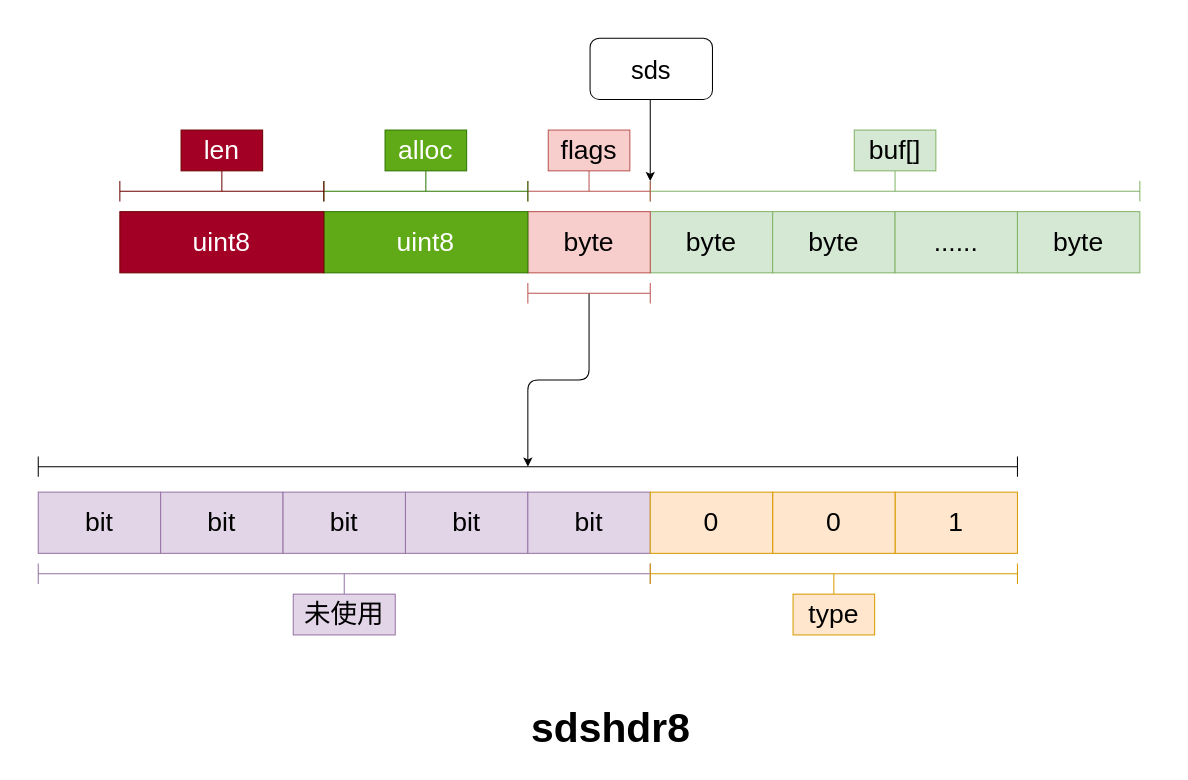
Earlier version of the draw.io diagram page "sdshdr8" (3 of 4) of Redis/diagrams/string.drawio (smilerfu/MarkDown). Source tidied: cells renumbered, new cells numbered last; positions are measured from the earlier drawing's top-left corner, leaving out a move shared by most shapes. Both pictures are drawn from the tidied source at 102%, with x=0, y=0 at pixel (38, 38).
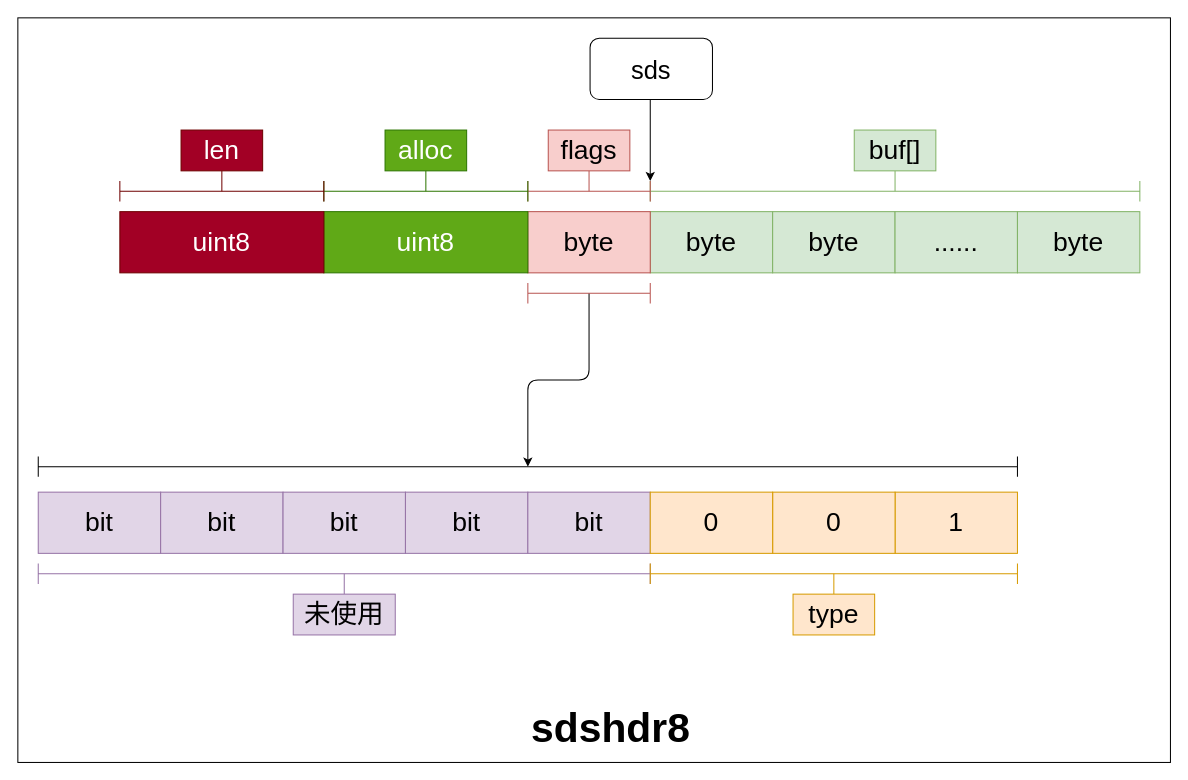
Above is the later version.

The edit, as a diff of the source:
```diff
@@
+    <mxCell id="41" style="rounded=0;whiteSpace=wrap;html=1;" parent="1" vertex="1">
+      <mxGeometry x="-20" y="-20" width="1130" height="730" as="geometry" />
+    </mxCell>
```
